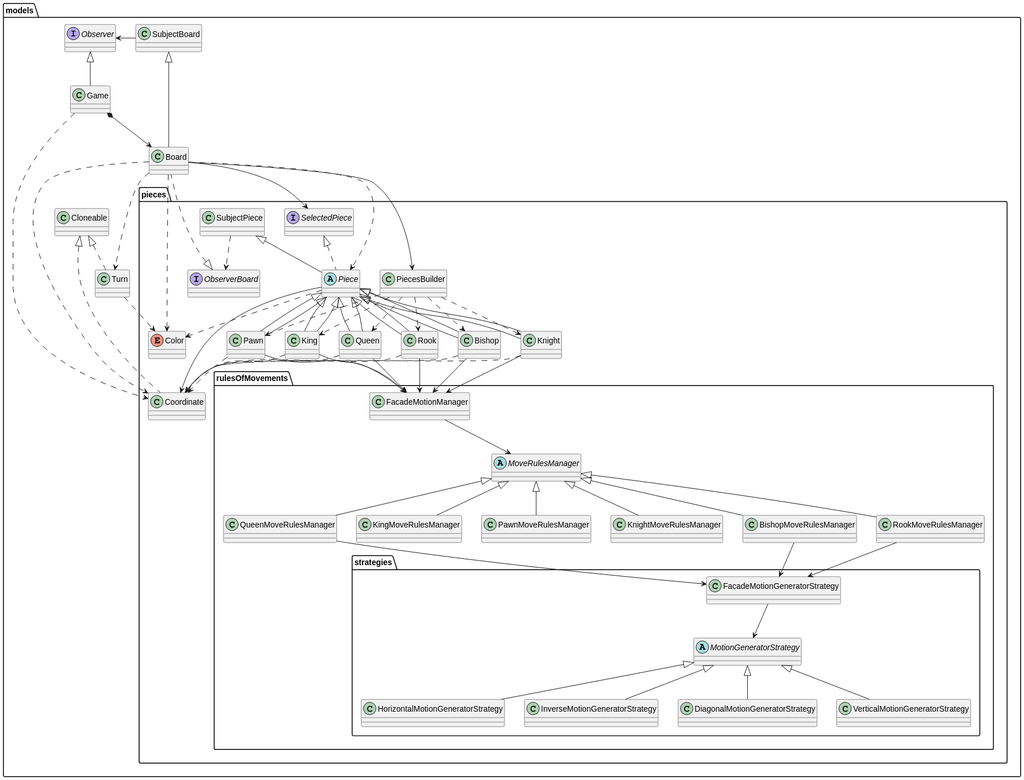
Earlier version of the PlantUML export docs/images/ClassDiagram_Models.svg (pcarroza/ajedrez-java).
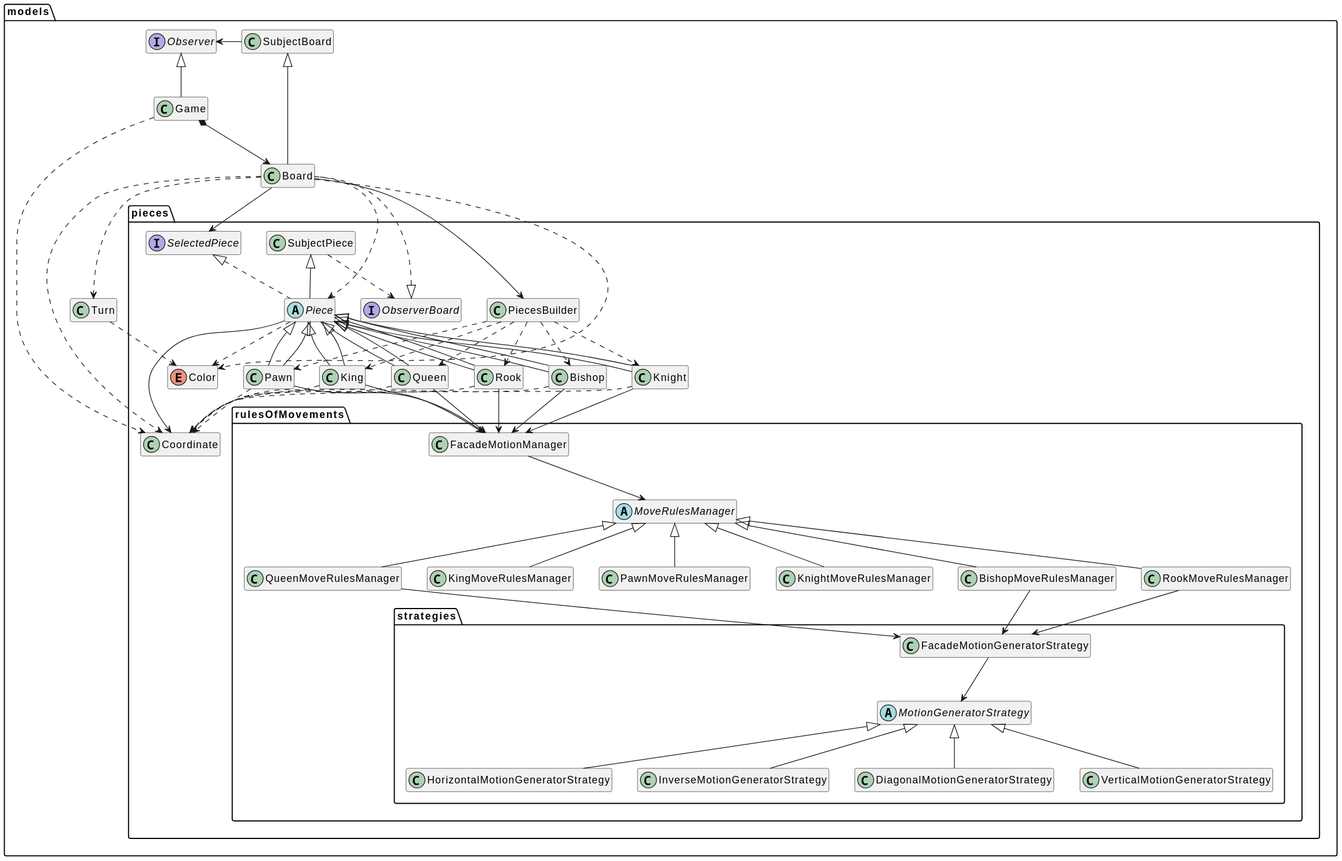
The same diagram one commit later.

The edit, as a diff of the source:
```diff
@@ -1,4 +1,6 @@
 @startuml
+hide empty members
+
 interface models.pieces.SelectedPiece {
 }
 
@@ -109,7 +111,6 @@
 
 models.pieces.Piece <|-- models.pieces.Bishop
 models.pieces.Piece <|-- models.pieces.Knight
-models.Cloneable <|.. models.pieces.Coordinate
 models.pieces.ObserverBoard <|.. models.Board
 models.Observer <|-- models.Game
 models.Game *--> models.Board
@@ -131,7 +132,6 @@
 models.pieces.Piece <|-- models.pieces.Pawn
 models.pieces.Piece ..> models.pieces.Color
 models.pieces.Piece -right-> models.pieces.Coordinate
-models.Cloneable <|.. models.Turn
 models.pieces.Piece <|-- models.pieces.King
 
 models.pieces.PiecesBuilder ..> models.pieces.Pawn
```
